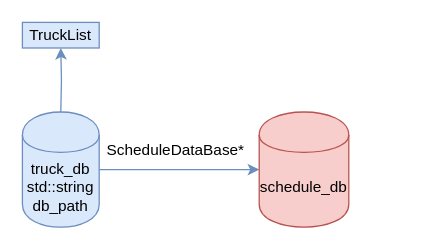
Before: page "truck_db" (5 of 20) of CR/report/resources/overall_data_structure.drawio in kira607/labs_2sem, a draw.io diagram. Source tidied: cells renumbered, new cells numbered last; positions are measured from the earlier drawing's top-left corner, leaving out a move shared by most shapes. Both pictures are drawn from the tidied source at 128%, with x=0, y=0 at pixel (22, 22).
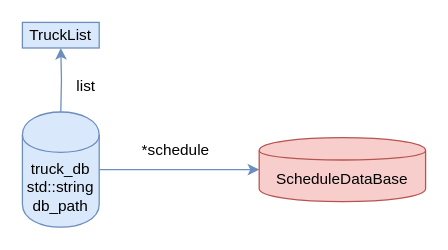
Above is the later version.

The edit, as a diff of the source:
```diff
@@
 <mxGraphModel>
   <root>
     <mxCell id="0" />
     <mxCell id="1" parent="0" />
     <mxCell id="2" style="edgeStyle=orthogonalEdgeStyle;rounded=0;jettySize=auto;html=1;entryX=0.5;entryY=1;entryDx=0;entryDy=0;fillColor=#dae8fc;strokeColor=#6c8ebf;" parent="1" edge="1" target="3">
       <mxGeometry relative="1" as="geometry">
         <mxPoint x="30" y="70" as="sourcePoint" />
       </mxGeometry>
     </mxCell>
     <mxCell id="3" value="TruckList" style="text;html=1;strokeColor=#6c8ebf;fillColor=#dae8fc;align=center;verticalAlign=middle;whiteSpace=wrap;rounded=0;" parent="1" vertex="1">
       <mxGeometry width="60" height="20" as="geometry" />
     </mxCell>
     <mxCell id="4" style="edgeStyle=orthogonalEdgeStyle;rounded=0;jettySize=auto;html=1;fillColor=#dae8fc;strokeColor=#6c8ebf;" parent="1" edge="1" source="5">
       <mxGeometry relative="1" as="geometry">
         <mxPoint x="185" y="115" as="targetPoint" />
       </mxGeometry>
     </mxCell>
     <mxCell id="5" value="truck_db&lt;br&gt;std::string db_path" style="shape=cylinder;whiteSpace=wrap;html=1;boundedLbl=1;backgroundOutline=1;fillColor=#dae8fc;strokeColor=#6c8ebf;" parent="1" vertex="1">
       <mxGeometry y="70" width="60" height="90" as="geometry" />
     </mxCell>
-    <mxCell id="6" value="ScheduleDataBase*" style="text;html=1;strokeColor=none;fillColor=none;align=center;verticalAlign=middle;whiteSpace=wrap;rounded=0;" parent="1" vertex="1">
+    <mxCell id="6" value="*schedule" style="text;html=1;strokeColor=none;fillColor=none;align=center;verticalAlign=middle;whiteSpace=wrap;rounded=0;" parent="1" vertex="1">
       <mxGeometry x="65" y="90" width="110" height="20" as="geometry" />
     </mxCell>
-    <mxCell id="7" value="schedule_db" style="shape=cylinder;whiteSpace=wrap;html=1;boundedLbl=1;backgroundOutline=1;fillColor=#f8cecc;strokeColor=#b85450;" parent="1" vertex="1">
-      <mxGeometry x="185" y="70" width="70" height="90" as="geometry" />
+    <mxCell id="7" value="ScheduleDataBase" style="shape=cylinder;whiteSpace=wrap;html=1;boundedLbl=1;backgroundOutline=1;fillColor=#f8cecc;strokeColor=#b85450;" parent="1" vertex="1">
+      <mxGeometry x="185" y="90" width="130" height="50" as="geometry" />
     </mxCell>
+    <mxCell id="8" value="list" style="text;html=1;strokeColor=none;fillColor=none;align=center;verticalAlign=middle;whiteSpace=wrap;rounded=0;" parent="1" vertex="1">
+      <mxGeometry x="35" y="40" width="30" height="20" as="geometry" />
+    </mxCell>
   </root>
 </mxGraphModel>
```
